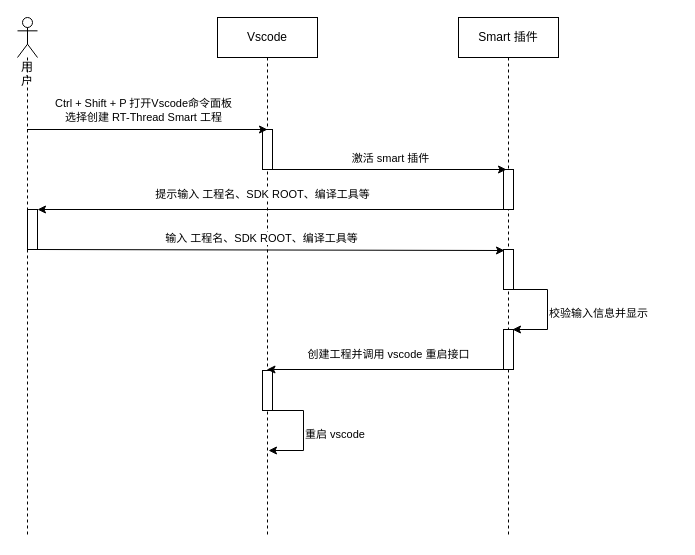
Earlier version of the draw.io diagram vscode/smart-vscode.drawio (ErikChanGit/Draw.io). Source tidied: cells renumbered, new cells numbered last; positions are measured from the earlier drawing's top-left corner, leaving out a move shared by most shapes. Both pictures are drawn from the tidied source at 100%, with x=0, y=0 at pixel (17, 17).
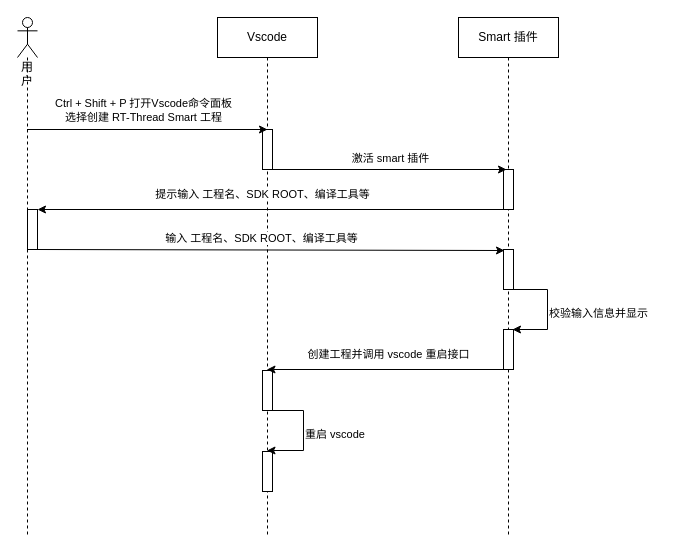
After the change.

The change refers to these unchanged cells:
```xml
<mxCell id="2" value="Vscode" style="shape=umlLifeline;perimeter=lifelinePerimeter;whiteSpace=wrap;html=1;outlineConnect=0;" parent="1" vertex="1">
  <mxGeometry x="200" width="100" height="520" as="geometry" />
</mxCell>
```

The edit, as a diff of the source:
```diff
@@
+    <mxCell id="29" style="html=1;perimeter=orthogonalPerimeter;" parent="2" vertex="1">
+      <mxGeometry x="45" y="434" width="10" height="40" as="geometry" />
+    </mxCell>
@@
-    <mxCell id="25" style="endArrow=classic;html=1;rounded=0;" parent="1" edge="1">
+    <mxCell id="25" style="endArrow=classic;html=1;rounded=0;" parent="1" edge="1" target="2">
       <mxGeometry relative="1" as="geometry">
         <mxPoint x="286" y="433" as="sourcePoint" />
-        <mxPoint x="251" y="433" as="targetPoint" />
       </mxGeometry>
     </mxCell>
```
